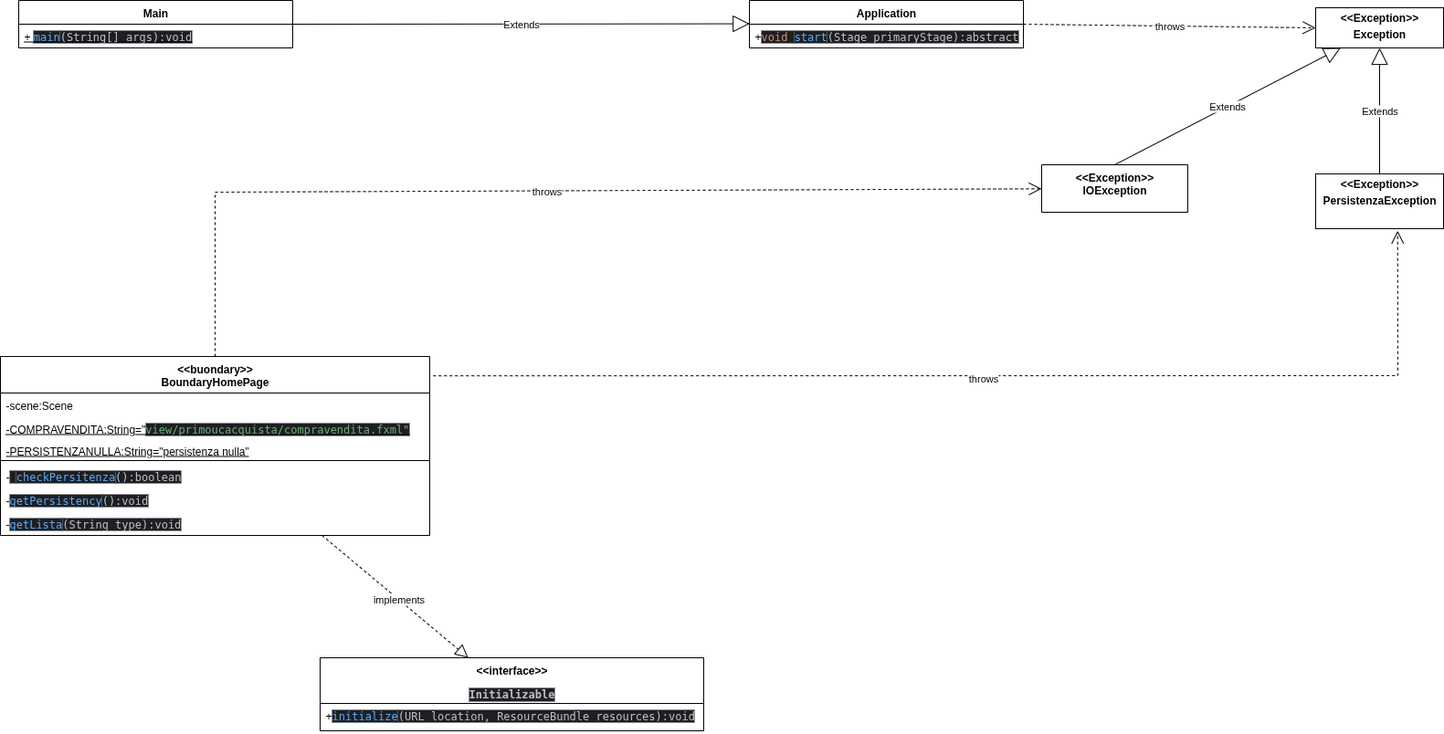
The draw.io diagram VOPCVerificaDisponibilitaGiornale.drawio.png in ilciro/BookShopOnline25, before a commit. Source tidied: cells renumbered, new cells last; positions are measured from the earlier drawing's top-left corner, leaving out a move shared by most shapes.
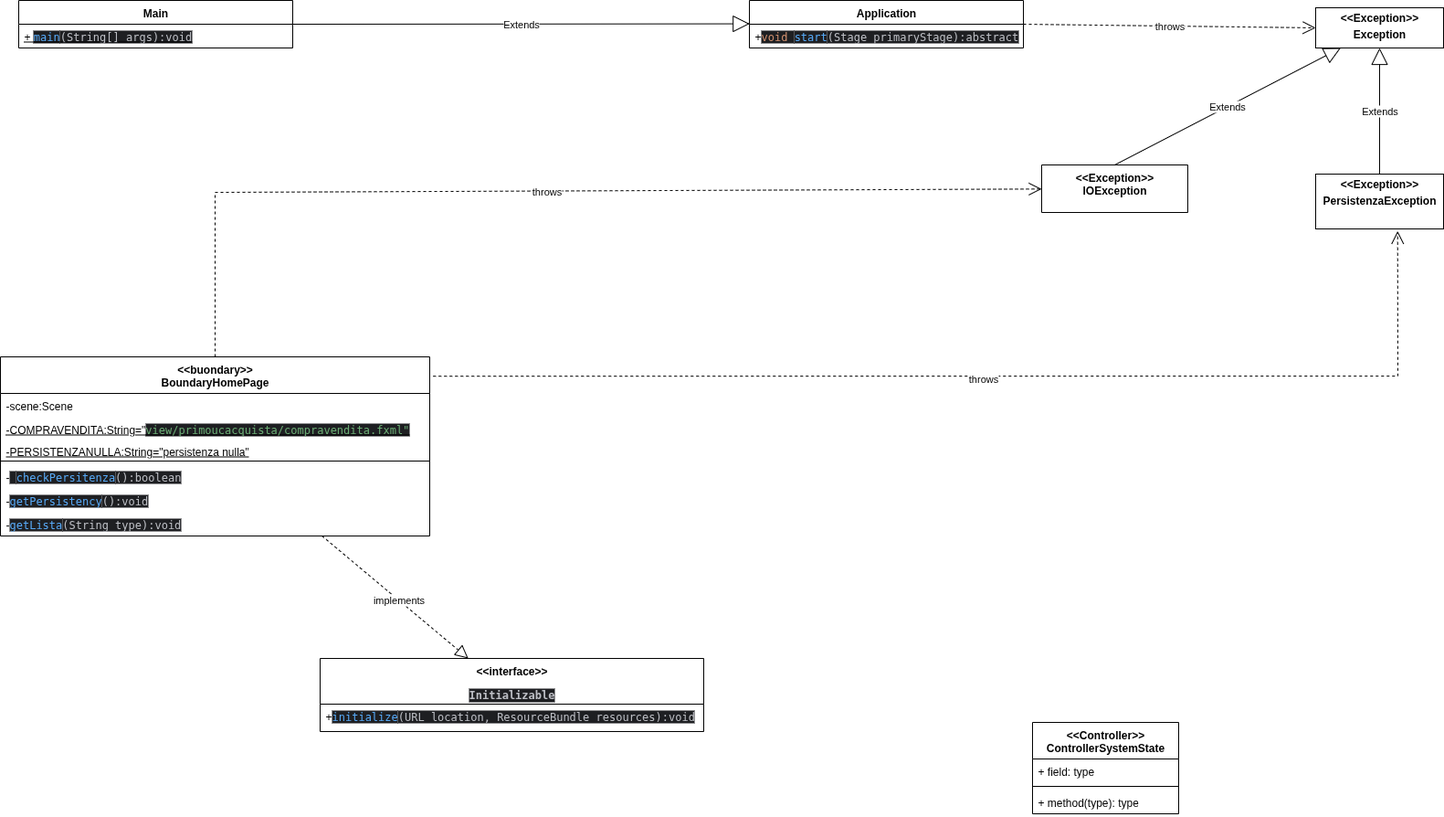
After the commit.

What changed in the source:
```diff
@@ -87,5 +87,17 @@
         </Array>
       </mxGeometry>
     </mxCell>
+    <mxCell id="27" value="&amp;lt;&amp;lt;Controller&amp;gt;&amp;gt;&lt;div&gt;ControllerSystemState&lt;/div&gt;" style="swimlane;fontStyle=1;align=center;verticalAlign=top;horizontal=1;startSize=40;whiteSpace=wrap;html=1;" parent="1" vertex="1">
+      <mxGeometry x="1130" y="790" width="160" height="100" as="geometry" />
+    </mxCell>
+    <mxCell id="28" value="+ field: type" style="text;strokeColor=none;fillColor=none;align=left;verticalAlign=top;spacingLeft=4;spacingRight=4;overflow=hidden;whiteSpace=wrap;html=1;" parent="27" vertex="1">
+      <mxGeometry y="40" width="160" height="26" as="geometry" />
+    </mxCell>
+    <mxCell id="29" style="line;strokeWidth=1;fillColor=none;align=left;verticalAlign=middle;spacingTop=-1;spacingLeft=3;spacingRight=3;labelPosition=right;strokeColor=inherit;" parent="27" vertex="1">
+      <mxGeometry y="66" width="160" height="8" as="geometry" />
+    </mxCell>
+    <mxCell id="30" value="+ method(type): type" style="text;strokeColor=none;fillColor=none;align=left;verticalAlign=top;spacingLeft=4;spacingRight=4;overflow=hidden;whiteSpace=wrap;html=1;" parent="27" vertex="1">
+      <mxGeometry y="74" width="160" height="26" as="geometry" />
+    </mxCell>
   </root>
 </mxGraphModel>
```
